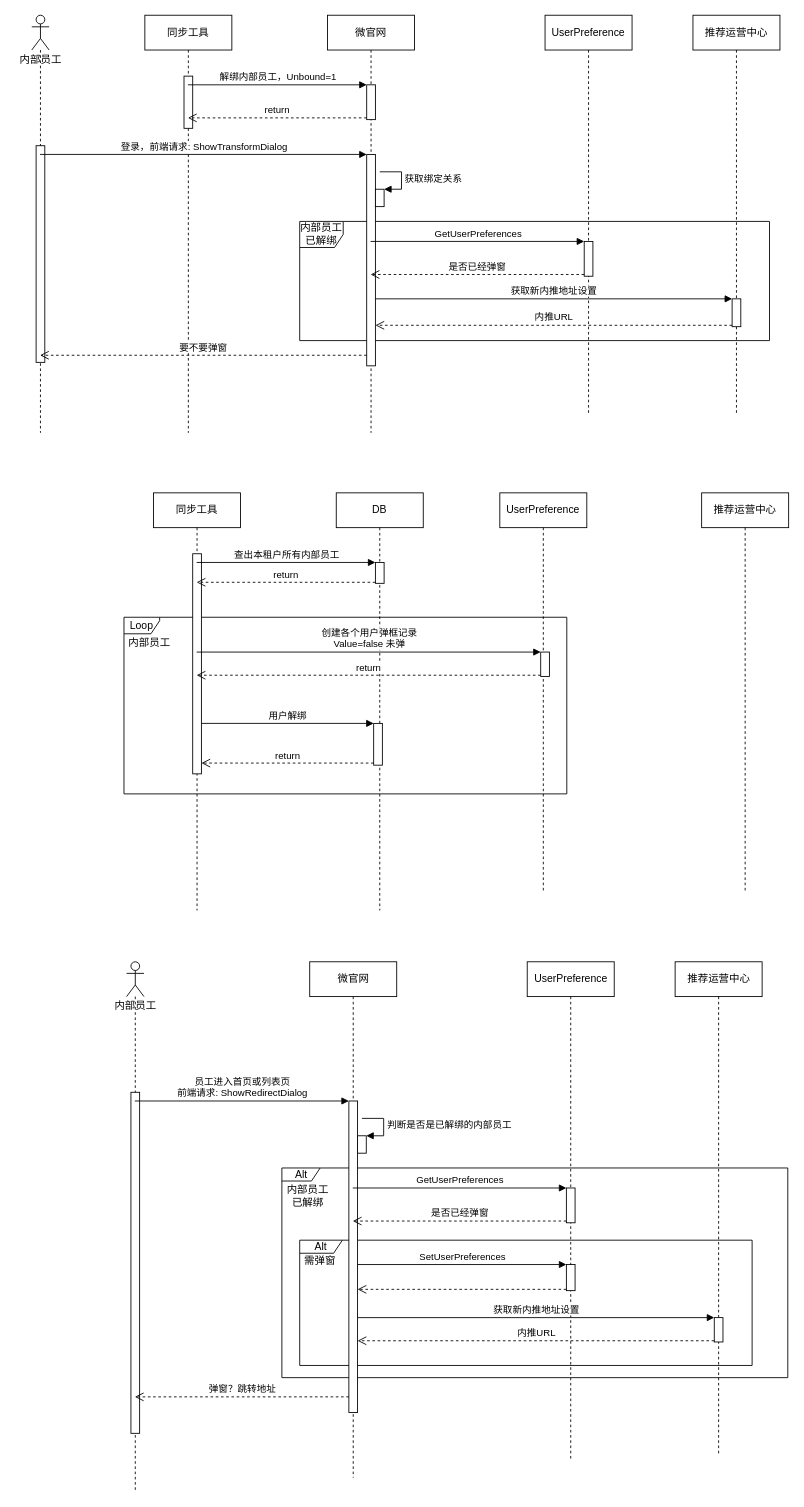
The draw.io diagram 微官网解绑登录.drawio in Lucas20029/MyDiagrams, before the edit. Source tidied: cells renumbered, new cells numbered last; positions are measured from the earlier drawing's top-left corner, leaving out a move shared by most shapes. Both pictures are drawn from the tidied source at 87%, with x=0, y=0 at pixel (15, 15).
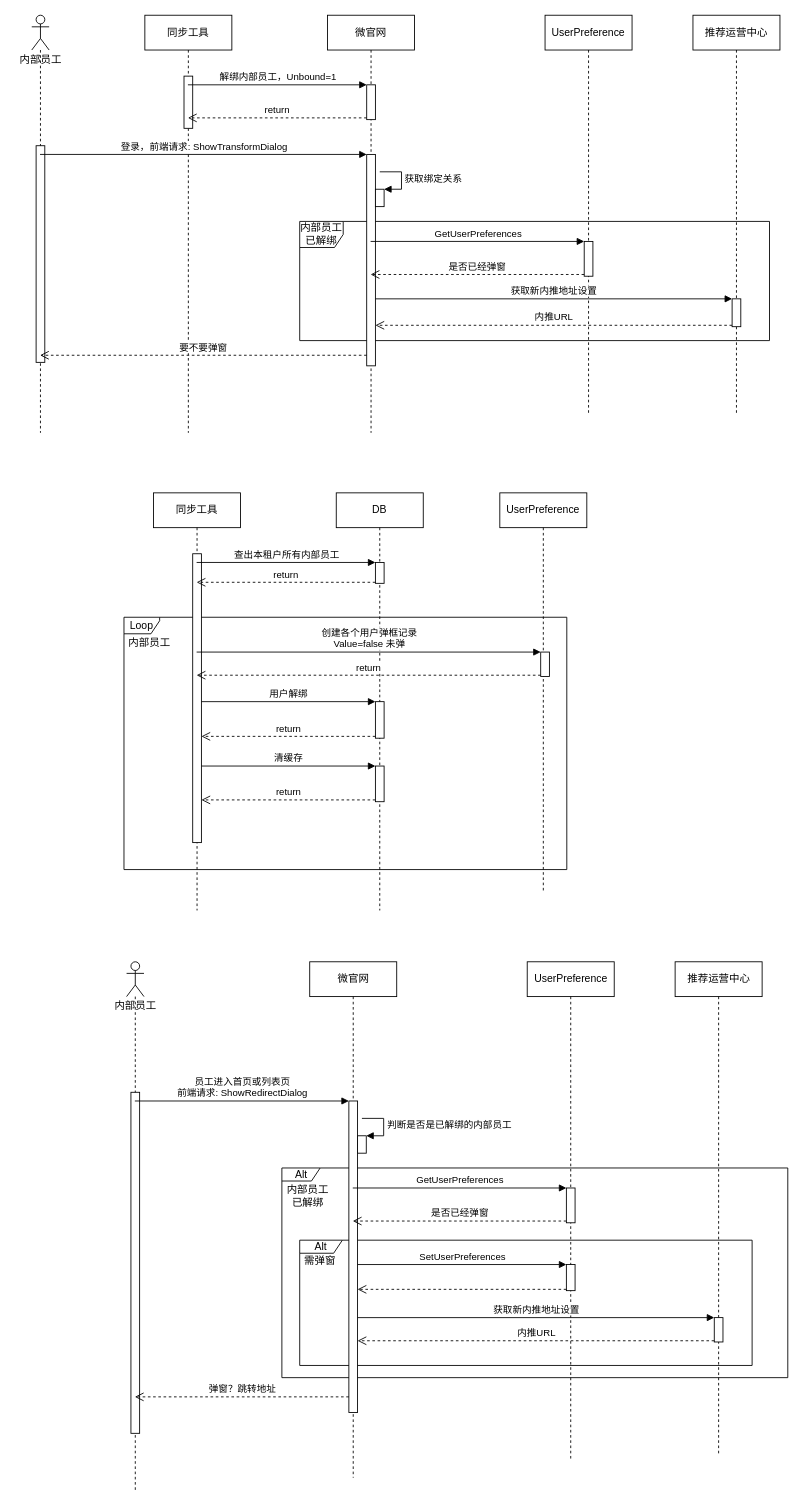
After the change.

Commit message:
Update 微官网解绑登录.drawio

Unchanged cells that the change refers to:
```xml
<mxCell id="27" value="同步工具" style="shape=umlLifeline;perimeter=lifelinePerimeter;whiteSpace=wrap;html=1;outlineConnect=0;" parent="1" vertex="1">
  <mxGeometry x="159" y="549" width="100" height="480" as="geometry" />
</mxCell>
<mxCell id="29" value="DB" style="shape=umlLifeline;perimeter=lifelinePerimeter;whiteSpace=wrap;html=1;" parent="1" vertex="1">
  <mxGeometry x="369" y="549" width="100" height="480" as="geometry" />
</mxCell>
```

The edit, as a diff of the source:
```diff
@@
+    <mxCell id="3" value="Loop" style="shape=umlFrame;whiteSpace=wrap;html=1;width=41;height=19;" parent="1" vertex="1">
+      <mxGeometry x="125" y="692" width="509" height="290" as="geometry" />
+    </mxCell>
@@
-    <mxCell id="3" value="Loop" style="shape=umlFrame;whiteSpace=wrap;html=1;width=41;height=19;" parent="1" vertex="1">
-      <mxGeometry x="125" y="692" width="509" height="203" as="geometry" />
-    </mxCell>
@@
     <mxCell id="28" style="html=1;points=[];perimeter=orthogonalPerimeter;" parent="27" vertex="1">
-      <mxGeometry x="45" y="70" width="10" height="253" as="geometry" />
+      <mxGeometry x="45" y="70" width="10" height="332" as="geometry" />
     </mxCell>
@@
     <mxCell id="31" style="html=1;points=[];perimeter=orthogonalPerimeter;" parent="29" vertex="1">
-      <mxGeometry x="43" y="265" width="10" height="48" as="geometry" />
+      <mxGeometry x="45" y="240" width="10" height="42" as="geometry" />
     </mxCell>
+    <mxCell id="65" style="html=1;points=[];perimeter=orthogonalPerimeter;" parent="29" vertex="1">
+      <mxGeometry x="45" y="314" width="10" height="41" as="geometry" />
+    </mxCell>
@@
-    <mxCell id="36" value="推荐运营中心" style="shape=umlLifeline;perimeter=lifelinePerimeter;whiteSpace=wrap;html=1;" parent="1" vertex="1">
-      <mxGeometry x="789" y="549" width="100" height="460" as="geometry" />
-    </mxCell>
@@
+    <mxCell id="66" value="return" style="html=1;verticalAlign=bottom;endArrow=open;dashed=1;endSize=8;exitX=0;exitY=0.95;" parent="1" edge="1" source="65" target="28">
+      <mxGeometry relative="1" as="geometry" />
+    </mxCell>
+    <mxCell id="67" value="清缓存" style="html=1;verticalAlign=bottom;endArrow=block;entryX=0;entryY=0;" parent="1" edge="1" source="28" target="65">
+      <mxGeometry relative="1" as="geometry" />
+    </mxCell>
```
